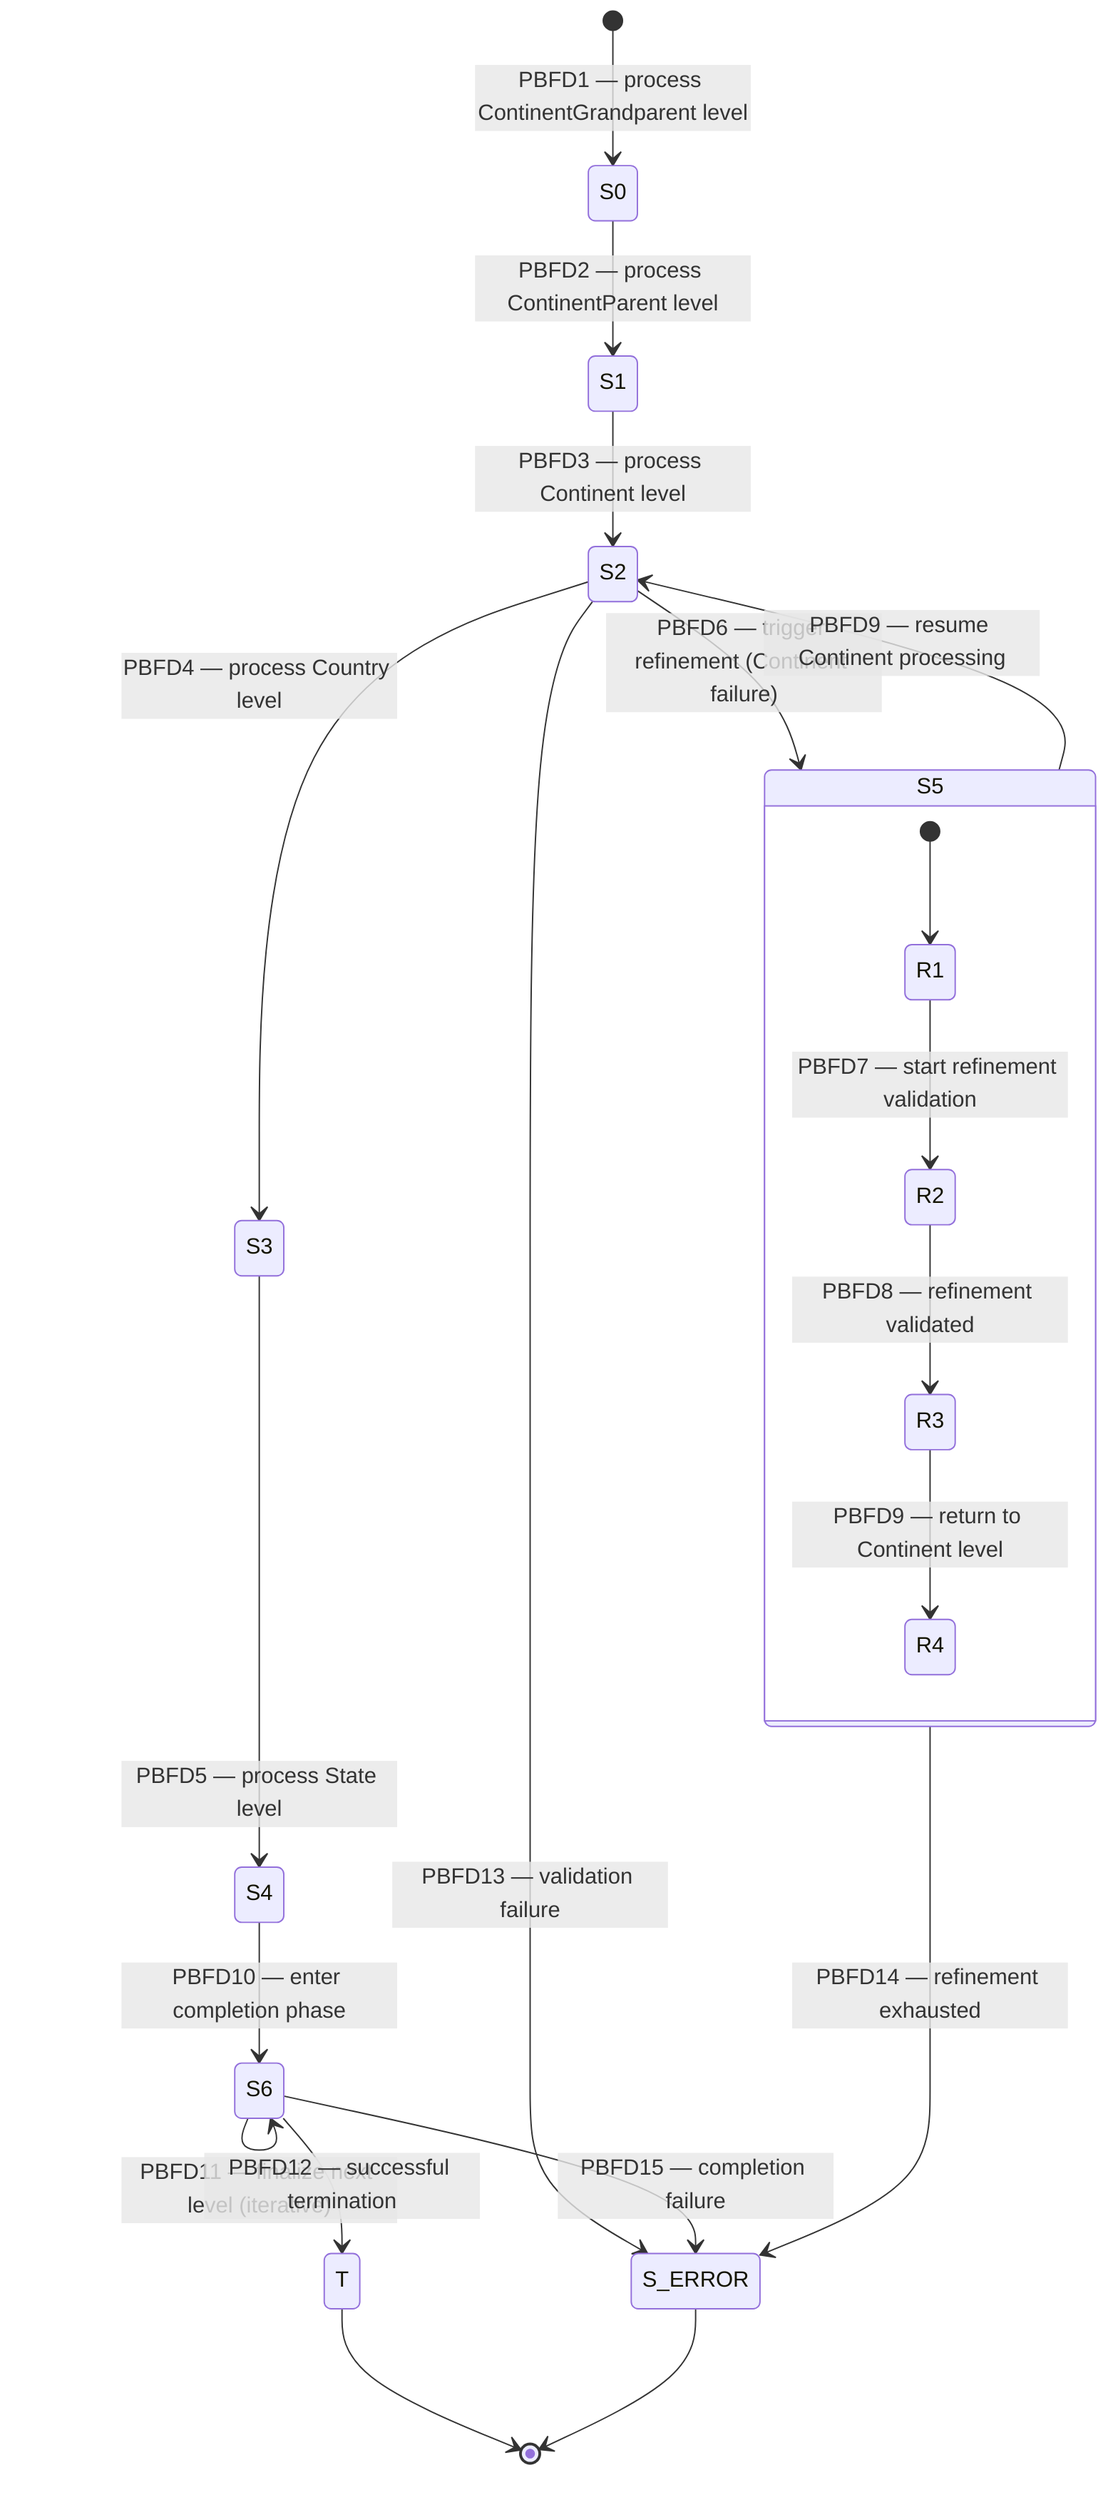
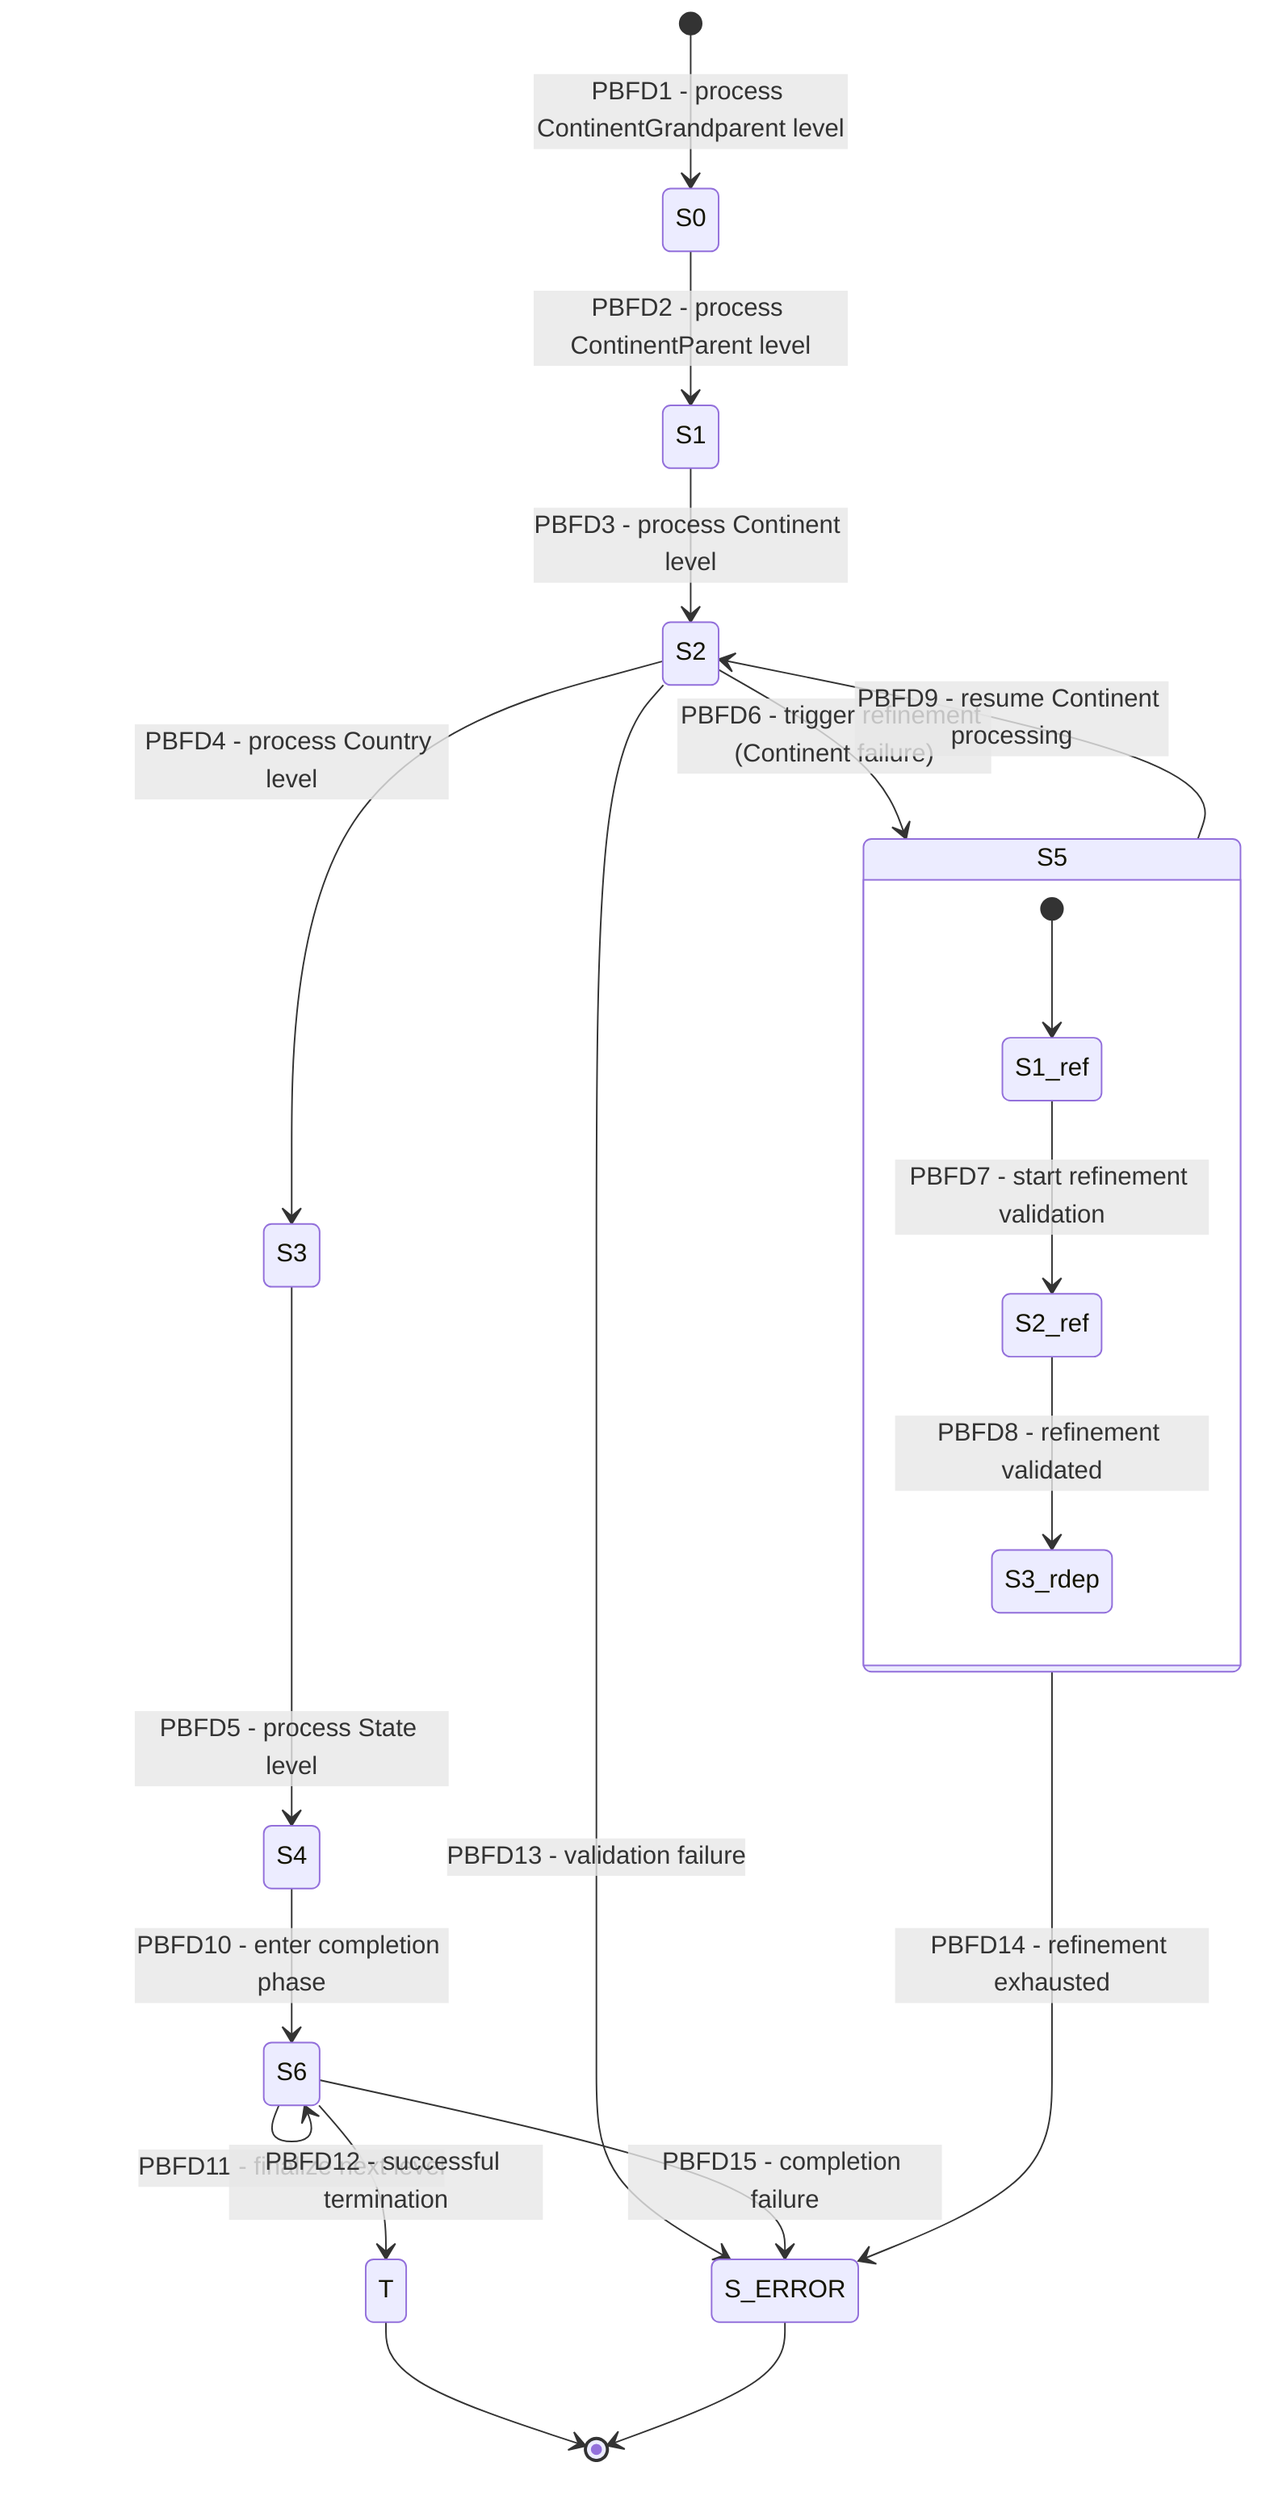
stateDiagram-v2
    direction TB

    %% =========================
-     %% Initialization (Grandparent)
+     %% Initialization
    %% =========================
-     [*] --> S0: PBFD1 — process ContinentGrandparent level
+     [*] --> S0 : PBFD1 - process ContinentGrandparent level

-     state S0: S0 — ContinentGrandparent processing (Level 1)
-     S0 --> S1: PBFD2 — process ContinentParent level
+     state S0["S0 - ContinentGrandparent processing (Level 1)"]
+     S0 --> S1 : PBFD2 - process ContinentParent level

    %% =========================
    %% Parent Level
    %% =========================
-     state S1: S1 — ContinentParent processing (Level 2)
-     S1 --> S2: PBFD3 — process Continent level
+     state S1["S1 - ContinentParent processing (Level 2)"]
+     S1 --> S2 : PBFD3 - process Continent level

    %% =========================
    %% Continent Level
    %% =========================
-     state S2: S2 — Continent processing (Level 3)
+     state S2["S2 - Continent processing (Level 3)"]

-     S2 --> S3: PBFD4 — process Country level
-     S3 --> S4: PBFD5 — process State level
-     S4 --> S6: PBFD10 — enter completion phase
+     S2 --> S3 : PBFD4 - process Country level
+     S3 --> S4 : PBFD5 - process State level

-     %% Refinement trigger paths
-     S2 --> S5: PBFD6 — trigger refinement (Continent failure)
-     S2 --> S_ERROR: PBFD13 — validation failure
+     S2 --> S5 : PBFD6 - trigger refinement (Continent failure)
+     S2 --> S_ERROR : PBFD13 - validation failure

    %% =========================
-     %% Refinement State S5 (FULLY RESTORED)
+     %% State Level
+     %% =========================
+     state S4["S4 - State processing (Level 5)"]
+     S4 --> S6 : PBFD10 - enter completion phase
+ 
+     %% =========================
+     %% Refinement Composite State S5
    %% =========================
    state S5 {
-         direction TB

-         [*] --> R1
+         [*] --> S1_ref

-         state R1: S1_ref(1,3) — refine ContinentGrandparent scope
-         state R2: S2_ref(1,3) — validate refined pattern
-         state R3: S3_rdep(1,3) — resolve refinement depth
-         state R4: exit refinement
+         state S1_ref["S1_ref(j,3) - PBFD7 refinement processing"]
+         state S2_ref["S2_ref(j,3) - PBFD8 refinement validation"]
+         state S3_rdep["S3_rdep(j,3) - PBFD9 refinement resolution"]

-         R1 --> R2: PBFD7 — start refinement validation
-         R2 --> R3: PBFD8 — refinement validated
-         R3 --> R4: PBFD9 — return to Continent level
+         S1_ref --> S2_ref : PBFD7 - start refinement validation
+         S2_ref --> S3_rdep : PBFD8 - refinement validated
    }

-     S5 --> S2: PBFD9 — resume Continent processing
-     S5 --> S_ERROR: PBFD14 — refinement exhausted
+     %% Refinement closure
+     S5 --> S2 : PBFD9 - resume Continent processing
+     S5 --> S_ERROR : PBFD14 - refinement exhausted

    %% =========================
    %% Completion Phase
    %% =========================
-     state S6: S6 — Top-Down Completion (Level 1–5 collapsed)
+     state S6["S6 - Top-Down Completion (Levels 1–5)"]

-     S6 --> S6: PBFD11 — finalize next level (iterative)
-     S6 --> T: PBFD12 — successful termination
-     S6 --> S_ERROR: PBFD15 — completion failure
+     S6 --> S6 : PBFD11 - finalize next level
+     S6 --> T : PBFD12 - successful termination
+     S6 --> S_ERROR : PBFD15 - completion failure

    %% =========================
-     %% Terminals
+     %% Terminal States
    %% =========================
-     state T: Success — all nodes finalized (∀n∈V: P(n)=2)
+     state T["Success - all nodes finalized (∀n∈V: P(n)=2)"]
+     state S_ERROR["Failure Termination"]
+ 
    T --> [*]
- 
-     state S_ERROR: Failure Termination
    S_ERROR --> [*]
